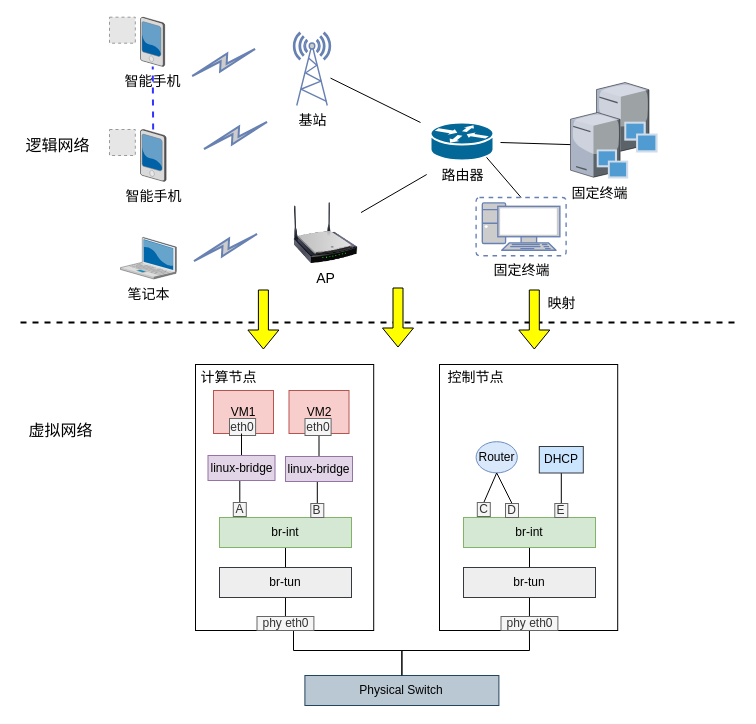
Before: page "逻辑网络与虚拟网络" (1 of 6) of 移动互联网场景图.drawio in Icarus1994/neutron_conf, a draw.io diagram. Source tidied: cells renumbered, new cells numbered last; positions are measured from the earlier drawing's top-left corner, leaving out a move shared by most shapes. Both pictures are drawn from the tidied source at 100%, with x=0, y=0 at pixel (17, 17). Pictures stored in the file or linked from it are replaced by grey dashed boxes.
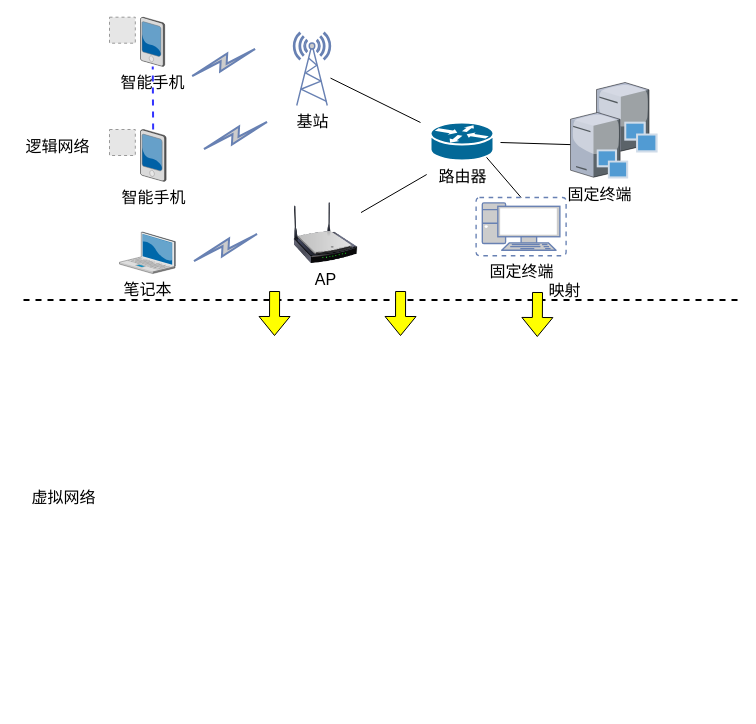
After the change.

What changed in the source:
```diff
@@
-    <mxCell id="2" style="rounded=0;whiteSpace=wrap;html=1;" parent="1" vertex="1">
-      <mxGeometry x="422" y="347" width="178.2" height="266" as="geometry" />
-    </mxCell>
@@
-    <mxCell id="4" value="&lt;font style=&quot;font-size: 14px&quot; color=&quot;#000000&quot;&gt;基站&lt;/font&gt;" style="fontColor=#0066CC;verticalAlign=top;verticalLabelPosition=bottom;labelPosition=center;align=center;html=1;outlineConnect=0;fillColor=#CCCCCC;strokeColor=#6881B3;gradientColor=none;gradientDirection=north;strokeWidth=2;shape=mxgraph.networks.radio_tower;" parent="1" vertex="1">
+    <mxCell id="4" value="&lt;font style=&quot;font-size: 16px;&quot; color=&quot;#000000&quot;&gt;基站&lt;/font&gt;" style="fontColor=#0066CC;verticalAlign=top;verticalLabelPosition=bottom;labelPosition=center;align=center;html=1;outlineConnect=0;fillColor=#CCCCCC;strokeColor=#6881B3;gradientColor=none;gradientDirection=north;strokeWidth=2;shape=mxgraph.networks.radio_tower;fontSize=16;" parent="1" vertex="1">
       <mxGeometry x="276" y="15" width="37" height="73" as="geometry" />
     </mxCell>
@@
-    <mxCell id="6" value="&lt;font style=&quot;font-size: 14px&quot;&gt;笔记本&lt;/font&gt;" style="verticalLabelPosition=bottom;html=1;verticalAlign=top;strokeColor=none;align=center;shape=mxgraph.citrix.laptop_2;" parent="1" vertex="1">
-      <mxGeometry x="103" y="219.9" width="55.8" height="41.6" as="geometry" />
+    <mxCell id="6" value="&lt;font style=&quot;font-size: 16px;&quot;&gt;笔记本&lt;/font&gt;" style="verticalLabelPosition=bottom;html=1;verticalAlign=top;strokeColor=none;align=center;shape=mxgraph.citrix.laptop_2;fontSize=16;" parent="1" vertex="1">
+      <mxGeometry x="102" y="214.5" width="55.8" height="41.6" as="geometry" />
     </mxCell>
-    <mxCell id="7" value="&lt;font style=&quot;font-size: 14px&quot;&gt;智能手机&lt;/font&gt;" style="verticalLabelPosition=bottom;html=1;verticalAlign=top;strokeColor=none;align=center;outlineConnect=0;shape=mxgraph.citrix.pda;" parent="1" vertex="1">
+    <mxCell id="7" value="&lt;font style=&quot;font-size: 16px;&quot;&gt;智能手机&lt;/font&gt;" style="verticalLabelPosition=bottom;html=1;verticalAlign=top;strokeColor=none;align=center;outlineConnect=0;shape=mxgraph.citrix.pda;fontSize=16;" parent="1" vertex="1">
       <mxGeometry x="123" y="-0.3" width="24.2" height="49.3" as="geometry" />
     </mxCell>
@@
-    <mxCell id="10" value="&lt;font style=&quot;font-size: 14px&quot;&gt;固定终端&lt;/font&gt;" style="verticalLabelPosition=bottom;html=1;verticalAlign=top;strokeColor=none;align=center;outlineConnect=0;shape=mxgraph.citrix.provisioning_server;" parent="1" vertex="1">
+    <mxCell id="10" value="&lt;font style=&quot;font-size: 16px;&quot;&gt;固定终端&lt;/font&gt;" style="verticalLabelPosition=bottom;html=1;verticalAlign=top;strokeColor=none;align=center;outlineConnect=0;shape=mxgraph.citrix.provisioning_server;fontSize=16;" parent="1" vertex="1">
       <mxGeometry x="553" y="95" width="57.7" height="66" as="geometry" />
     </mxCell>
@@
-    <mxCell id="14" value="&lt;font style=&quot;font-size: 14px&quot;&gt;AP&lt;/font&gt;" style="image;html=1;labelBackgroundColor=#ffffff;image=img/lib/clip_art/networking/Wireless_Router_N_128x128.png;" parent="1" vertex="1">
+    <mxCell id="14" value="&lt;font style=&quot;font-size: 16px;&quot;&gt;AP&lt;/font&gt;" style="image;html=1;labelBackgroundColor=#ffffff;image=img/lib/clip_art/networking/Wireless_Router_N_128x128.png;fontSize=16;" parent="1" vertex="1">
       <mxGeometry x="273" y="185" width="70.5" height="61" as="geometry" />
     </mxCell>
@@
-    <mxCell id="16" value="&lt;font style=&quot;font-size: 14px&quot;&gt;路由器&lt;/font&gt;" style="shape=mxgraph.cisco.routers.router;html=1;dashed=0;fillColor=#036897;strokeColor=#ffffff;strokeWidth=2;verticalLabelPosition=bottom;verticalAlign=top;" parent="1" vertex="1">
+    <mxCell id="16" value="&lt;font style=&quot;font-size: 16px;&quot;&gt;路由器&lt;/font&gt;" style="shape=mxgraph.cisco.routers.router;html=1;dashed=0;fillColor=#036897;strokeColor=#ffffff;strokeWidth=2;verticalLabelPosition=bottom;verticalAlign=top;fontSize=16;" parent="1" vertex="1">
       <mxGeometry x="413" y="105" width="63" height="38" as="geometry" />
     </mxCell>
     <mxCell id="17" style="endArrow=none;dashed=1;html=1;strokeWidth=2;" parent="1" edge="1">
       <mxGeometry relative="1" as="geometry">
-        <mxPoint x="3" y="305" as="sourcePoint" />
-        <mxPoint x="717" y="305" as="targetPoint" />
+        <mxPoint x="6" y="282.5" as="sourcePoint" />
+        <mxPoint x="720" y="282.5" as="targetPoint" />
       </mxGeometry>
     </mxCell>
-    <mxCell id="18" value="&lt;font style=&quot;font-size: 16px&quot;&gt;逻辑网络&lt;/font&gt;" style="text;html=1;align=center;verticalAlign=middle;" parent="1" vertex="1">
-      <mxGeometry y="118" width="80" height="20" as="geometry" />
+    <mxCell id="18" value="&lt;font style=&quot;font-size: 16px&quot;&gt;逻辑网络&lt;/font&gt;" style="text;html=1;align=center;verticalAlign=middle;fontSize=16;" parent="1" vertex="1">
+      <mxGeometry x="3" y="117" width="74" height="23" as="geometry" />
     </mxCell>
-    <mxCell id="19" value="&lt;font style=&quot;font-size: 16px&quot;&gt;虚拟网络&lt;/font&gt;" style="text;html=1;align=center;verticalAlign=middle;" parent="1" vertex="1">
-      <mxGeometry x="3" y="403" width="80" height="20" as="geometry" />
+    <mxCell id="19" value="&lt;font style=&quot;font-size: 16px&quot;&gt;虚拟网络&lt;/font&gt;" style="text;html=1;align=center;verticalAlign=middle;fontSize=16;" parent="1" vertex="1">
+      <mxGeometry x="9" y="468.5" width="74" height="23" as="geometry" />
     </mxCell>
-    <mxCell id="20" value="&lt;font color=&quot;#000000&quot; style=&quot;font-size: 14px&quot;&gt;固定终端&lt;/font&gt;" style="fontColor=#0066CC;verticalAlign=top;verticalLabelPosition=bottom;labelPosition=center;align=center;html=1;outlineConnect=0;fillColor=#CCCCCC;strokeColor=#6881B3;gradientColor=none;gradientDirection=north;strokeWidth=2;shape=mxgraph.networks.virtual_pc;" parent="1" vertex="1">
+    <mxCell id="20" value="&lt;font color=&quot;#000000&quot; style=&quot;font-size: 16px&quot;&gt;固定终端&lt;/font&gt;" style="fontColor=#0066CC;verticalAlign=top;verticalLabelPosition=bottom;labelPosition=center;align=center;html=1;outlineConnect=0;fillColor=#CCCCCC;strokeColor=#6881B3;gradientColor=none;gradientDirection=north;strokeWidth=2;shape=mxgraph.networks.virtual_pc;fontSize=16;" parent="1" vertex="1">
       <mxGeometry x="458.6" y="180" width="90" height="58.2" as="geometry" />
     </mxCell>
     <mxCell id="21" style="shape=flexArrow;endArrow=classic;html=1;strokeWidth=1;fillColor=#FFFF00;strokeColor=#000000;" parent="1" edge="1">
       <mxGeometry relative="1" as="geometry">
-        <mxPoint x="516.8" y="272" as="sourcePoint" />
-        <mxPoint x="516.8" y="332" as="targetPoint" />
+        <mxPoint x="520" y="274.5" as="sourcePoint" />
+        <mxPoint x="519.8" y="319.5" as="targetPoint" />
       </mxGeometry>
     </mxCell>
-    <mxCell id="22" style="edgeStyle=orthogonalEdgeStyle;rounded=0;jettySize=auto;html=1;exitX=0.5;exitY=1;exitDx=0;exitDy=0;entryX=0.5;entryY=0;entryDx=0;entryDy=0;endArrow=none;endFill=0;" parent="1" edge="1" source="61" target="25">
-      <mxGeometry relative="1" as="geometry">
-        <Array as="points">
-          <mxPoint x="512" y="633" />
-          <mxPoint x="384" y="633" />
-        </Array>
-      </mxGeometry>
-    </mxCell>
-    <mxCell id="23" style="edgeStyle=none;rounded=0;jettySize=auto;html=1;exitX=0.5;exitY=1;exitDx=0;exitDy=0;entryX=0.5;entryY=0;entryDx=0;entryDy=0;endArrow=none;endFill=0;" parent="1" edge="1" source="24" target="63">
-      <mxGeometry relative="1" as="geometry" />
-    </mxCell>
-    <mxCell id="24" value="Router" style="ellipse;whiteSpace=wrap;html=1;fillColor=#dae8fc;strokeColor=#6c8ebf;" parent="1" vertex="1">
-      <mxGeometry x="458.6" y="424.2" width="41.2" height="31.2" as="geometry" />
-    </mxCell>
-    <mxCell id="25" value="Physical Switch" style="rounded=0;whiteSpace=wrap;html=1;fillColor=#bac8d3;strokeColor=#23445d;" parent="1" vertex="1">
-      <mxGeometry x="287.4" y="658" width="194" height="30" as="geometry" />
-    </mxCell>
-    <mxCell id="26" style="shape=flexArrow;endArrow=classic;html=1;strokeWidth=1;fillColor=#FFFF00;strokeColor=#000000;" parent="1" edge="1">
-      <mxGeometry relative="1" as="geometry">
-        <mxPoint x="245.9" y="272" as="sourcePoint" />
-        <mxPoint x="245.9" y="332" as="targetPoint" />
-      </mxGeometry>
-    </mxCell>
-    <mxCell id="27" value="&lt;font style=&quot;font-size: 14px&quot;&gt;映射&lt;/font&gt;" style="text;html=1;align=center;verticalAlign=middle;" parent="1" vertex="1">
-      <mxGeometry x="525.3" y="276" width="38" height="19" as="geometry" />
+    <mxCell id="27" value="&lt;font style=&quot;font-size: 16px;&quot;&gt;映射&lt;/font&gt;" style="text;html=1;align=center;verticalAlign=middle;fontSize=16;" parent="1" vertex="1">
+      <mxGeometry x="526.3" y="261.5" width="42" height="23" as="geometry" />
     </mxCell>
-    <mxCell id="28" style="edgeStyle=orthogonalEdgeStyle;rounded=0;jettySize=auto;html=1;entryX=0.5;entryY=0;entryDx=0;entryDy=0;startArrow=none;startFill=0;endArrow=none;endFill=0;" parent="1" edge="1" target="25">
-      <mxGeometry relative="1" as="geometry">
-        <mxPoint x="276" y="601" as="sourcePoint" />
-        <Array as="points">
-          <mxPoint x="276" y="633" />
-          <mxPoint x="384" y="633" />
-        </Array>
-      </mxGeometry>
-    </mxCell>
-    <mxCell id="29" style="rounded=0;whiteSpace=wrap;html=1;" parent="1" vertex="1">
-      <mxGeometry x="178" y="347" width="178.2" height="266" as="geometry" />
-    </mxCell>
-    <mxCell id="30" value="VM1" style="rounded=0;whiteSpace=wrap;html=1;fillColor=#f8cecc;strokeColor=#b85450;" parent="1" vertex="1">
-      <mxGeometry x="196" y="373" width="60" height="43" as="geometry" />
-    </mxCell>
-    <mxCell id="31" style="edgeStyle=orthogonalEdgeStyle;rounded=0;jettySize=auto;html=1;exitX=0.5;exitY=1;exitDx=0;exitDy=0;entryX=0.5;entryY=0;entryDx=0;entryDy=0;endArrow=none;endFill=0;" parent="1" edge="1" source="32" target="45">
-      <mxGeometry relative="1" as="geometry" />
-    </mxCell>
-    <mxCell id="32" value="br-int" style="rounded=0;whiteSpace=wrap;html=1;fillColor=#d5e8d4;strokeColor=#82b366;" parent="1" vertex="1">
-      <mxGeometry x="202" y="500" width="132" height="30" as="geometry" />
-    </mxCell>
-    <mxCell id="33" style="edgeStyle=orthogonalEdgeStyle;rounded=0;jettySize=auto;html=1;exitX=0.5;exitY=1;exitDx=0;exitDy=0;entryX=0.129;entryY=0.067;entryDx=0;entryDy=0;entryPerimeter=0;startArrow=none;startFill=0;endArrow=none;endFill=0;" parent="1" edge="1" source="30">
-      <mxGeometry relative="1" as="geometry">
-        <mxPoint x="221.1" y="416.9" as="targetPoint" />
-      </mxGeometry>
-    </mxCell>
-    <mxCell id="34" value="eth0" style="rounded=0;whiteSpace=wrap;html=1;shadow=0;strokeColor=#666666;fillColor=#f5f5f5;fontColor=#333333;" parent="1" vertex="1">
-      <mxGeometry x="212" y="401" width="26.1" height="17" as="geometry" />
-    </mxCell>
-    <mxCell id="35" value="&lt;font style=&quot;font-size: 14px&quot;&gt;计算节点&lt;/font&gt;" style="text;html=1;align=center;verticalAlign=middle;" parent="1" vertex="1">
-      <mxGeometry x="178" y="350" width="66" height="19" as="geometry" />
-    </mxCell>
-    <mxCell id="36" value="&lt;font style=&quot;font-size: 14px&quot;&gt;智能手机&lt;/font&gt;" style="verticalLabelPosition=bottom;html=1;verticalAlign=top;strokeColor=none;align=center;outlineConnect=0;shape=mxgraph.citrix.pda;" parent="1" vertex="1">
+    <mxCell id="36" value="&lt;font style=&quot;font-size: 16px;&quot;&gt;智能手机&lt;/font&gt;" style="verticalLabelPosition=bottom;html=1;verticalAlign=top;strokeColor=none;align=center;outlineConnect=0;shape=mxgraph.citrix.pda;fontSize=16;" parent="1" vertex="1">
       <mxGeometry x="123" y="112" width="25.6" height="52" as="geometry" />
     </mxCell>
@@
-    <mxCell id="40" style="edgeStyle=orthogonalEdgeStyle;rounded=0;jettySize=auto;html=1;exitX=0.5;exitY=0;exitDx=0;exitDy=0;endArrow=none;endFill=0;" parent="1" edge="1" source="42">
-      <mxGeometry relative="1" as="geometry">
-        <mxPoint x="224" y="416" as="targetPoint" />
-      </mxGeometry>
-    </mxCell>
-    <mxCell id="41" style="edgeStyle=orthogonalEdgeStyle;rounded=0;jettySize=auto;html=1;exitX=0.5;exitY=1;exitDx=0;exitDy=0;entryX=0.5;entryY=0;entryDx=0;entryDy=0;endArrow=none;endFill=0;" parent="1" edge="1" source="42" target="43">
-      <mxGeometry relative="1" as="geometry" />
-    </mxCell>
-    <mxCell id="42" value="linux-bridge" style="rounded=0;whiteSpace=wrap;html=1;fillColor=#e1d5e7;strokeColor=#9673a6;" parent="1" vertex="1">
-      <mxGeometry x="190.5" y="438" width="67" height="25" as="geometry" />
-    </mxCell>
-    <mxCell id="43" value="A" style="rounded=0;whiteSpace=wrap;html=1;shadow=0;strokeColor=#666666;fillColor=#f5f5f5;fontColor=#333333;" parent="1" vertex="1">
-      <mxGeometry x="215.8" y="485" width="13" height="14" as="geometry" />
-    </mxCell>
-    <mxCell id="44" style="edgeStyle=orthogonalEdgeStyle;rounded=0;jettySize=auto;html=1;exitX=0.5;exitY=1;exitDx=0;exitDy=0;entryX=0.5;entryY=0;entryDx=0;entryDy=0;endArrow=none;endFill=0;" parent="1" edge="1" source="45" target="51">
-      <mxGeometry relative="1" as="geometry" />
-    </mxCell>
-    <mxCell id="45" value="br-tun" style="rounded=0;whiteSpace=wrap;html=1;fillColor=#eeeeee;strokeColor=#36393d;" parent="1" vertex="1">
-      <mxGeometry x="202" y="550" width="132" height="30" as="geometry" />
-    </mxCell>
-    <mxCell id="46" style="edgeStyle=orthogonalEdgeStyle;rounded=0;orthogonalLoop=1;jettySize=auto;html=1;exitX=0.5;exitY=1;exitDx=0;exitDy=0;entryX=0.129;entryY=0.067;entryDx=0;entryDy=0;entryPerimeter=0;startArrow=none;startFill=0;endArrow=none;endFill=0;" parent="1" edge="1">
-      <mxGeometry relative="1" as="geometry">
-        <mxPoint x="301.5" y="417" as="sourcePoint" />
-        <mxPoint x="298.6" y="417.9" as="targetPoint" />
-      </mxGeometry>
-    </mxCell>
-    <mxCell id="47" style="edgeStyle=orthogonalEdgeStyle;rounded=0;jettySize=auto;html=1;exitX=0.5;exitY=0;exitDx=0;exitDy=0;endArrow=none;endFill=0;" parent="1" edge="1" source="49">
-      <mxGeometry relative="1" as="geometry">
-        <mxPoint x="301.5" y="417" as="targetPoint" />
-      </mxGeometry>
-    </mxCell>
-    <mxCell id="48" style="edgeStyle=orthogonalEdgeStyle;rounded=0;jettySize=auto;html=1;exitX=0.5;exitY=1;exitDx=0;exitDy=0;entryX=0.5;entryY=0;entryDx=0;entryDy=0;endArrow=none;endFill=0;" parent="1" edge="1" source="49" target="50">
-      <mxGeometry relative="1" as="geometry" />
-    </mxCell>
-    <mxCell id="49" value="linux-bridge" style="rounded=0;whiteSpace=wrap;html=1;fillColor=#e1d5e7;strokeColor=#9673a6;" parent="1" vertex="1">
-      <mxGeometry x="268" y="439" width="67" height="25" as="geometry" />
-    </mxCell>
-    <mxCell id="50" value="B" style="rounded=0;whiteSpace=wrap;html=1;shadow=0;strokeColor=#666666;fillColor=#f5f5f5;fontColor=#333333;" parent="1" vertex="1">
-      <mxGeometry x="293.3" y="486" width="13" height="14" as="geometry" />
-    </mxCell>
-    <mxCell id="51" value="phy eth0" style="rounded=0;whiteSpace=wrap;html=1;shadow=0;strokeColor=#666666;fillColor=#f5f5f5;fontColor=#333333;" parent="1" vertex="1">
-      <mxGeometry x="239.5" y="599" width="56.9" height="14" as="geometry" />
-    </mxCell>
-    <mxCell id="52" style="edgeStyle=orthogonalEdgeStyle;rounded=0;jettySize=auto;html=1;exitX=0.5;exitY=1;exitDx=0;exitDy=0;entryX=0.5;entryY=0;entryDx=0;entryDy=0;endArrow=none;endFill=0;" parent="1" edge="1" source="53" target="58">
-      <mxGeometry relative="1" as="geometry" />
-    </mxCell>
-    <mxCell id="53" value="br-int" style="rounded=0;whiteSpace=wrap;html=1;fillColor=#d5e8d4;strokeColor=#82b366;" parent="1" vertex="1">
-      <mxGeometry x="446" y="500" width="132" height="30" as="geometry" />
-    </mxCell>
-    <mxCell id="54" value="&lt;span style=&quot;font-size: 14px&quot;&gt;控制节点&lt;/span&gt;" style="text;html=1;align=center;verticalAlign=middle;" parent="1" vertex="1">
-      <mxGeometry x="425.1" y="350" width="66" height="19" as="geometry" />
-    </mxCell>
-    <mxCell id="55" style="rounded=0;jettySize=auto;html=1;exitX=0.5;exitY=0;exitDx=0;exitDy=0;entryX=0.5;entryY=1;entryDx=0;entryDy=0;endArrow=none;endFill=0;" parent="1" edge="1" source="56" target="24">
-      <mxGeometry relative="1" as="geometry" />
-    </mxCell>
-    <mxCell id="56" value="C" style="rounded=0;whiteSpace=wrap;html=1;shadow=0;strokeColor=#666666;fillColor=#f5f5f5;fontColor=#333333;" parent="1" vertex="1">
-      <mxGeometry x="459.8" y="485" width="13" height="14" as="geometry" />
-    </mxCell>
-    <mxCell id="57" style="edgeStyle=orthogonalEdgeStyle;rounded=0;jettySize=auto;html=1;exitX=0.5;exitY=1;exitDx=0;exitDy=0;entryX=0.5;entryY=0;entryDx=0;entryDy=0;endArrow=none;endFill=0;" parent="1" edge="1" source="58" target="61">
-      <mxGeometry relative="1" as="geometry" />
-    </mxCell>
-    <mxCell id="58" value="br-tun" style="rounded=0;whiteSpace=wrap;html=1;fillColor=#eeeeee;strokeColor=#36393d;" parent="1" vertex="1">
-      <mxGeometry x="446" y="550" width="132" height="30" as="geometry" />
-    </mxCell>
-    <mxCell id="59" style="edgeStyle=none;rounded=0;jettySize=auto;html=1;exitX=0.5;exitY=0;exitDx=0;exitDy=0;entryX=0.5;entryY=1;entryDx=0;entryDy=0;endArrow=none;endFill=0;" parent="1" edge="1" source="60" target="62">
-      <mxGeometry relative="1" as="geometry" />
-    </mxCell>
-    <mxCell id="60" value="E" style="rounded=0;whiteSpace=wrap;html=1;shadow=0;strokeColor=#666666;fillColor=#f5f5f5;fontColor=#333333;" parent="1" vertex="1">
-      <mxGeometry x="537.3" y="486" width="13" height="14" as="geometry" />
-    </mxCell>
-    <mxCell id="61" value="phy eth0" style="rounded=0;whiteSpace=wrap;html=1;shadow=0;strokeColor=#666666;fillColor=#f5f5f5;fontColor=#333333;" parent="1" vertex="1">
-      <mxGeometry x="483.5" y="599" width="56.9" height="14" as="geometry" />
-    </mxCell>
-    <mxCell id="62" value="DHCP" style="rounded=0;whiteSpace=wrap;html=1;fillColor=#cce5ff;strokeColor=#36393d;" parent="1" vertex="1">
-      <mxGeometry x="521.8" y="429" width="44" height="26.5" as="geometry" />
-    </mxCell>
-    <mxCell id="63" value="D" style="rounded=0;whiteSpace=wrap;html=1;shadow=0;strokeColor=#666666;fillColor=#f5f5f5;fontColor=#333333;" parent="1" vertex="1">
-      <mxGeometry x="488" y="486" width="13" height="14" as="geometry" />
-    </mxCell>
-    <mxCell id="64" style="shape=flexArrow;endArrow=classic;html=1;strokeWidth=1;fillColor=#FFFF00;strokeColor=#000000;" parent="1" edge="1">
-      <mxGeometry relative="1" as="geometry">
-        <mxPoint x="380.5" y="270" as="sourcePoint" />
-        <mxPoint x="380.5" y="330" as="targetPoint" />
-      </mxGeometry>
-    </mxCell>
-    <mxCell id="65" value="VM2" style="rounded=0;whiteSpace=wrap;html=1;fillColor=#f8cecc;strokeColor=#b85450;" parent="1" vertex="1">
-      <mxGeometry x="271.5" y="373" width="60" height="43" as="geometry" />
-    </mxCell>
-    <mxCell id="66" value="eth0" style="rounded=0;whiteSpace=wrap;html=1;shadow=0;strokeColor=#666666;fillColor=#f5f5f5;fontColor=#333333;" parent="1" vertex="1">
-      <mxGeometry x="287.5" y="401" width="26.1" height="17" as="geometry" />
-    </mxCell>
+    <mxCell id="67" style="shape=flexArrow;endArrow=classic;html=1;strokeWidth=1;fillColor=#FFFF00;strokeColor=#000000;" parent="1" edge="1">
+      <mxGeometry relative="1" as="geometry">
+        <mxPoint x="383.1" y="273.5" as="sourcePoint" />
+        <mxPoint x="383" y="318.5" as="targetPoint" />
+      </mxGeometry>
+    </mxCell>
+    <mxCell id="68" style="shape=flexArrow;endArrow=classic;html=1;strokeWidth=1;fillColor=#FFFF00;strokeColor=#000000;" parent="1" edge="1">
+      <mxGeometry relative="1" as="geometry">
+        <mxPoint x="257.1" y="273.5" as="sourcePoint" />
+        <mxPoint x="257" y="318.5" as="targetPoint" />
+      </mxGeometry>
+    </mxCell>
```
